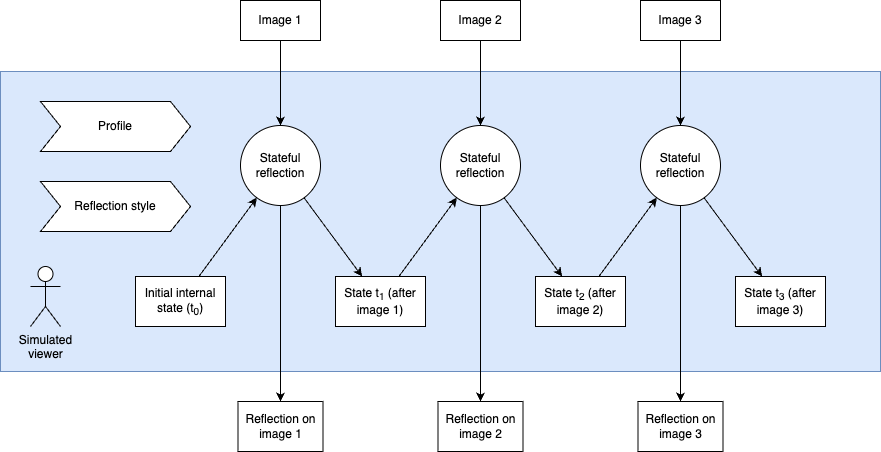
This is docs/architecture.png from fredericbenard/stateful-viewers, a draw.io export, as it was before one commit. Source tidied: cells renumbered, new cells last; positions are measured from the earlier drawing's top-left corner, leaving out a move shared by most shapes. Its diagram source:
```xml
<mxGraphModel>
  <root>
    <mxCell id="0" />
    <mxCell id="1" parent="0" />
    <mxCell id="2" style="rounded=0;whiteSpace=wrap;html=1;fillColor=#dae8fc;strokeColor=#6c8ebf;" parent="1" vertex="1">
      <mxGeometry y="71" width="880" height="300" as="geometry" />
    </mxCell>
    <mxCell id="3" value="Initial internal state (t&lt;sub&gt;0&lt;/sub&gt;)" style="rounded=0;whiteSpace=wrap;html=1;" parent="1" vertex="1">
      <mxGeometry x="135" y="276" width="90" height="50" as="geometry" />
    </mxCell>
    <mxCell id="4" value="State t&lt;sub&gt;1&lt;/sub&gt;&amp;nbsp;(after image 1)" style="rounded=0;whiteSpace=wrap;html=1;" parent="1" vertex="1">
      <mxGeometry x="335" y="276" width="90" height="50" as="geometry" />
    </mxCell>
    <mxCell id="5" value="State t&lt;sub&gt;2&lt;/sub&gt;&amp;nbsp;(after image 2)" style="rounded=0;whiteSpace=wrap;html=1;" parent="1" vertex="1">
      <mxGeometry x="535" y="276" width="90" height="50" as="geometry" />
    </mxCell>
    <mxCell id="6" value="State t&lt;sub&gt;3&lt;/sub&gt;&amp;nbsp;(after image 3)" style="rounded=0;whiteSpace=wrap;html=1;" parent="1" vertex="1">
      <mxGeometry x="735" y="276" width="90" height="50" as="geometry" />
    </mxCell>
    <mxCell id="7" value="Simulated&lt;br&gt;viewer" style="shape=umlActor;verticalLabelPosition=bottom;verticalAlign=top;html=1;" parent="1" vertex="1">
      <mxGeometry x="30" y="266" width="30" height="60" as="geometry" />
    </mxCell>
    <mxCell id="8" value="Imag&lt;span style=&quot;color: rgba(0, 0, 0, 0); font-family: monospace; font-size: 0px; text-align: start;&quot;&gt;%3CmxGraphModel%3E%3Croot%3E%3CmxCell%20id%3D%220%22%2F%3E%3CmxCell%20id%3D%221%22%20parent%3D%220%22%2F%3E%3CmxCell%20id%3D%222%22%20value%3D%22Profile%22%20style%3D%22rounded%3D0%3BwhiteSpace%3Dwrap%3Bhtml%3D1%3B%22%20vertex%3D%221%22%20parent%3D%221%22%3E%3CmxGeometry%20x%3D%2290%22%20y%3D%22260%22%20width%3D%22120%22%20height%3D%2260%22%20as%3D%22geometry%22%2F%3E%3C%2FmxCell%3E%3C%2Froot%3E%3C%2FmxGraphModel%3E&lt;/span&gt;e 1&lt;span style=&quot;color: rgba(0, 0, 0, 0); font-family: monospace; font-size: 0px; text-align: start;&quot;&gt;%3CmxGraphModel%3E%3Croot%3E%3CmxCell%20id%3D%220%22%2F%3E%3CmxCell%20id%3D%221%22%20parent%3D%220%22%2F%3E%3CmxCell%20id%3D%222%22%20value%3D%22Profile%22%20style%3D%22rounded%3D0%3BwhiteSpace%3Dwrap%3Bhtml%3D1%3B%22%20vertex%3D%221%22%20parent%3D%221%22%3E%3CmxGeometry%20x%3D%2290%22%20y%3D%22260%22%20width%3D%22120%22%20height%3D%2260%22%20as%3D%22geometry%22%2F%3E%3C%2FmxCell%3E%3C%2Froot%3E%3C%2FmxGraphModel%3E&lt;/span&gt;" style="rounded=0;whiteSpace=wrap;html=1;" parent="1" vertex="1">
      <mxGeometry x="240" width="80" height="40" as="geometry" />
    </mxCell>
    <mxCell id="9" value="Im&lt;span style=&quot;color: rgba(0, 0, 0, 0); font-family: monospace; font-size: 0px; text-align: start;&quot;&gt;%3CmxGraphModel%3E%3Croot%3E%3CmxCell%20id%3D%220%22%2F%3E%3CmxCell%20id%3D%221%22%20parent%3D%220%22%2F%3E%3CmxCell%20id%3D%222%22%20value%3D%22Imag%26lt%3Bspan%20style%3D%26quot%3Bcolor%3A%20rgba(0%2C%200%2C%200%2C%200)%3B%20font-family%3A%20monospace%3B%20font-size%3A%200px%3B%20text-align%3A%20start%3B%26quot%3B%26gt%3B%253CmxGraphModel%253E%253Croot%253E%253CmxCell%2520id%253D%25220%2522%252F%253E%253CmxCell%2520id%253D%25221%2522%2520parent%253D%25220%2522%252F%253E%253CmxCell%2520id%253D%25222%2522%2520value%253D%2522Profile%2522%2520style%253D%2522rounded%253D0%253BwhiteSpace%253Dwrap%253Bhtml%253D1%253B%2522%2520vertex%253D%25221%2522%2520parent%253D%25221%2522%253E%253CmxGeometry%2520x%253D%252290%2522%2520y%253D%2522260%2522%2520width%253D%2522120%2522%2520height%253D%252260%2522%2520as%253D%2522geometry%2522%252F%253E%253C%252FmxCell%253E%253C%252Froot%253E%253C%252FmxGraphModel%253E%26lt%3B%2Fspan%26gt%3Be%201%26lt%3Bspan%20style%3D%26quot%3Bcolor%3A%20rgba(0%2C%200%2C%200%2C%200)%3B%20font-family%3A%20monospace%3B%20font-size%3A%200px%3B%20text-align%3A%20start%3B%26quot%3B%26gt%3B%253CmxGraphModel%253E%253Croot%253E%253CmxCell%2520id%253D%25220%2522%252F%253E%253CmxCell%2520id%253D%25221%2522%2520parent%253D%25220%2522%252F%253E%253CmxCell%2520id%253D%25222%2522%2520value%253D%2522Profile%2522%2520style%253D%2522rounded%253D0%253BwhiteSpace%253Dwrap%253Bhtml%253D1%253B%2522%2520vertex%253D%25221%2522%2520parent%253D%25221%2522%253E%253CmxGeometry%2520x%253D%252290%2522%2520y%253D%2522260%2522%2520width%253D%2522120%2522%2520height%253D%252260%2522%2520as%253D%2522geometry%2522%252F%253E%253C%252FmxCell%253E%253C%252Froot%253E%253C%252FmxGraphModel%253E%26lt%3B%2Fspan%26gt%3B%22%20style%3D%22rounded%3D0%3BwhiteSpace%3Dwrap%3Bhtml%3D1%3B%22%20vertex%3D%221%22%20parent%3D%221%22%3E%3CmxGeometry%20x%3D%22300%22%20y%3D%22150%22%20width%3D%22120%22%20height%3D%2260%22%20as%3D%22geometry%22%2F%3E%3C%2FmxCell%3E%3C%2Froot%3E%3C%2FmxGraphModel%3E&lt;/span&gt;age 2" style="rounded=0;whiteSpace=wrap;html=1;" parent="1" vertex="1">
      <mxGeometry x="440" width="80" height="40" as="geometry" />
    </mxCell>
    <mxCell id="10" value="Im&lt;span style=&quot;color: rgba(0, 0, 0, 0); font-family: monospace; font-size: 0px; text-align: start;&quot;&gt;%3CmxGraphModel%3E%3Croot%3E%3CmxCell%20id%3D%220%22%2F%3E%3CmxCell%20id%3D%221%22%20parent%3D%220%22%2F%3E%3CmxCell%20id%3D%222%22%20value%3D%22Imag%26lt%3Bspan%20style%3D%26quot%3Bcolor%3A%20rgba(0%2C%200%2C%200%2C%200)%3B%20font-family%3A%20monospace%3B%20font-size%3A%200px%3B%20text-align%3A%20start%3B%26quot%3B%26gt%3B%253CmxGraphModel%253E%253Croot%253E%253CmxCell%2520id%253D%25220%2522%252F%253E%253CmxCell%2520id%253D%25221%2522%2520parent%253D%25220%2522%252F%253E%253CmxCell%2520id%253D%25222%2522%2520value%253D%2522Profile%2522%2520style%253D%2522rounded%253D0%253BwhiteSpace%253Dwrap%253Bhtml%253D1%253B%2522%2520vertex%253D%25221%2522%2520parent%253D%25221%2522%253E%253CmxGeometry%2520x%253D%252290%2522%2520y%253D%2522260%2522%2520width%253D%2522120%2522%2520height%253D%252260%2522%2520as%253D%2522geometry%2522%252F%253E%253C%252FmxCell%253E%253C%252Froot%253E%253C%252FmxGraphModel%253E%26lt%3B%2Fspan%26gt%3Be%201%26lt%3Bspan%20style%3D%26quot%3Bcolor%3A%20rgba(0%2C%200%2C%200%2C%200)%3B%20font-family%3A%20monospace%3B%20font-size%3A%200px%3B%20text-align%3A%20start%3B%26quot%3B%26gt%3B%253CmxGraphModel%253E%253Croot%253E%253CmxCell%2520id%253D%25220%2522%252F%253E%253CmxCell%2520id%253D%25221%2522%2520parent%253D%25220%2522%252F%253E%253CmxCell%2520id%253D%25222%2522%2520value%253D%2522Profile%2522%2520style%253D%2522rounded%253D0%253BwhiteSpace%253Dwrap%253Bhtml%253D1%253B%2522%2520vertex%253D%25221%2522%2520parent%253D%25221%2522%253E%253CmxGeometry%2520x%253D%252290%2522%2520y%253D%2522260%2522%2520width%253D%2522120%2522%2520height%253D%252260%2522%2520as%253D%2522geometry%2522%252F%253E%253C%252FmxCell%253E%253C%252Froot%253E%253C%252FmxGraphModel%253E%26lt%3B%2Fspan%26gt%3B%22%20style%3D%22rounded%3D0%3BwhiteSpace%3Dwrap%3Bhtml%3D1%3B%22%20vertex%3D%221%22%20parent%3D%221%22%3E%3CmxGeometry%20x%3D%22300%22%20y%3D%22150%22%20width%3D%22120%22%20height%3D%2260%22%20as%3D%22geometry%22%2F%3E%3C%2FmxCell%3E%3C%2Froot%3E%3C%2FmxGraphModel%3E&lt;/span&gt;age 3" style="rounded=0;whiteSpace=wrap;html=1;" parent="1" vertex="1">
      <mxGeometry x="640" width="80" height="40" as="geometry" />
    </mxCell>
    <mxCell id="11" value="Reflection on image 1" style="rounded=0;whiteSpace=wrap;html=1;" parent="1" vertex="1">
      <mxGeometry x="237.5" y="401" width="85" height="50" as="geometry" />
    </mxCell>
    <mxCell id="12" value="Refle&lt;span style=&quot;color: rgba(0, 0, 0, 0); font-family: monospace; font-size: 0px; text-align: start;&quot;&gt;%3CmxGraphModel%3E%3Croot%3E%3CmxCell%20id%3D%220%22%2F%3E%3CmxCell%20id%3D%221%22%20parent%3D%220%22%2F%3E%3CmxCell%20id%3D%222%22%20value%3D%22Reflection%20about%20image%201%22%20style%3D%22rounded%3D0%3BwhiteSpace%3Dwrap%3Bhtml%3D1%3B%22%20vertex%3D%221%22%20parent%3D%221%22%3E%3CmxGeometry%20x%3D%22290%22%20y%3D%22300%22%20width%3D%22120%22%20height%3D%2260%22%20as%3D%22geometry%22%2F%3E%3C%2FmxCell%3E%3C%2Froot%3E%3C%2FmxGraphModel%3E&lt;/span&gt;ction on image 3&lt;span style=&quot;color: rgba(0, 0, 0, 0); font-family: monospace; font-size: 0px; text-align: start;&quot;&gt;%3CmxGraphModel%3E%3Croot%3E%3CmxCell%20id%3D%220%22%2F%3E%3CmxCell%20id%3D%221%22%20parent%3D%220%22%2F%3E%3CmxCell%20id%3D%222%22%20value%3D%22Reflection%20about%20image%201%22%20style%3D%22rounded%3D0%3BwhiteSpace%3Dwrap%3Bhtml%3D1%3B%22%20vertex%3D%221%22%20parent%3D%221%22%3E%3CmxGeometry%20x%3D%22290%22%20y%3D%22300%22%20width%3D%22120%22%20height%3D%2260%22%20as%3D%22geometry%22%2F%3E%3C%2FmxCell%3E%3C%2Froot%3E%3C%2FmxGraphModel%3E&lt;/span&gt;" style="rounded=0;whiteSpace=wrap;html=1;" parent="1" vertex="1">
      <mxGeometry x="637.5" y="401" width="85" height="50" as="geometry" />
    </mxCell>
    <mxCell id="13" style="endArrow=classic;html=1;" parent="1" edge="1" source="8" target="15">
      <mxGeometry relative="1" as="geometry" />
    </mxCell>
    <mxCell id="14" style="endArrow=classic;html=1;" parent="1" edge="1" source="3" target="15">
      <mxGeometry relative="1" as="geometry" />
    </mxCell>
    <mxCell id="15" value="Stateful reflection" style="ellipse;whiteSpace=wrap;html=1;" parent="1" vertex="1">
      <mxGeometry x="240" y="125" width="80" height="80" as="geometry" />
    </mxCell>
    <mxCell id="16" style="endArrow=classic;html=1;" parent="1" edge="1" source="15" target="11">
      <mxGeometry relative="1" as="geometry" />
    </mxCell>
    <mxCell id="17" style="endArrow=classic;html=1;" parent="1" edge="1" source="15" target="4">
      <mxGeometry relative="1" as="geometry" />
    </mxCell>
    <mxCell id="18" value="Stateful reflection" style="ellipse;whiteSpace=wrap;html=1;" parent="1" vertex="1">
      <mxGeometry x="440" y="125" width="80" height="80" as="geometry" />
    </mxCell>
    <mxCell id="19" style="endArrow=classic;html=1;" parent="1" edge="1" source="18" target="23">
      <mxGeometry relative="1" as="geometry" />
    </mxCell>
    <mxCell id="20" style="endArrow=classic;html=1;" parent="1" edge="1" source="18" target="5">
      <mxGeometry relative="1" as="geometry" />
    </mxCell>
    <mxCell id="21" style="endArrow=classic;html=1;" parent="1" edge="1" source="9" target="18">
      <mxGeometry relative="1" as="geometry" />
    </mxCell>
    <mxCell id="22" style="endArrow=classic;html=1;" parent="1" edge="1" source="4" target="18">
      <mxGeometry relative="1" as="geometry" />
    </mxCell>
    <mxCell id="23" value="Reflection on image 2" style="rounded=0;whiteSpace=wrap;html=1;" parent="1" vertex="1">
      <mxGeometry x="437.5" y="401" width="85" height="50" as="geometry" />
    </mxCell>
    <mxCell id="24" value="Stateful reflection" style="ellipse;whiteSpace=wrap;html=1;" parent="1" vertex="1">
      <mxGeometry x="640" y="125" width="80" height="80" as="geometry" />
    </mxCell>
    <mxCell id="25" style="endArrow=classic;html=1;" parent="1" edge="1" source="24" target="12">
      <mxGeometry relative="1" as="geometry" />
    </mxCell>
    <mxCell id="26" style="endArrow=classic;html=1;" parent="1" edge="1" source="24" target="6">
      <mxGeometry relative="1" as="geometry" />
    </mxCell>
    <mxCell id="27" style="endArrow=classic;html=1;" parent="1" edge="1" source="10" target="24">
      <mxGeometry relative="1" as="geometry" />
    </mxCell>
    <mxCell id="28" style="endArrow=classic;html=1;" parent="1" edge="1" source="5" target="24">
      <mxGeometry relative="1" as="geometry" />
    </mxCell>
    <mxCell id="29" value="Profile" style="shape=step;perimeter=stepPerimeter;whiteSpace=wrap;html=1;fixedSize=1;" parent="1" vertex="1">
      <mxGeometry x="40" y="101" width="150" height="50" as="geometry" />
    </mxCell>
    <mxCell id="30" value="Reflection style" style="shape=step;perimeter=stepPerimeter;whiteSpace=wrap;html=1;fixedSize=1;" parent="1" vertex="1">
      <mxGeometry x="40" y="181" width="150" height="50" as="geometry" />
    </mxCell>
  </root>
</mxGraphModel>
```
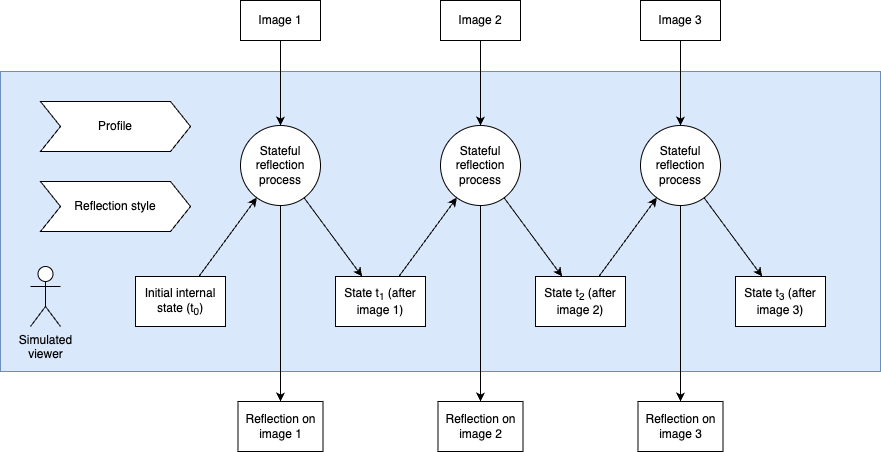
After the change.

The edit, as a diff of the source:
```diff
@@ -41,7 +41,7 @@
     <mxCell id="14" style="endArrow=classic;html=1;" parent="1" edge="1" source="3" target="15">
       <mxGeometry relative="1" as="geometry" />
     </mxCell>
-    <mxCell id="15" value="Stateful reflection" style="ellipse;whiteSpace=wrap;html=1;" parent="1" vertex="1">
+    <mxCell id="15" value="Stateful reflection process" style="ellipse;whiteSpace=wrap;html=1;" parent="1" vertex="1">
       <mxGeometry x="240" y="125" width="80" height="80" as="geometry" />
     </mxCell>
     <mxCell id="16" style="endArrow=classic;html=1;" parent="1" edge="1" source="15" target="11">
@@ -50,7 +50,7 @@
     <mxCell id="17" style="endArrow=classic;html=1;" parent="1" edge="1" source="15" target="4">
       <mxGeometry relative="1" as="geometry" />
     </mxCell>
-    <mxCell id="18" value="Stateful reflection" style="ellipse;whiteSpace=wrap;html=1;" parent="1" vertex="1">
+    <mxCell id="18" value="Stateful reflection process" style="ellipse;whiteSpace=wrap;html=1;" parent="1" vertex="1">
       <mxGeometry x="440" y="125" width="80" height="80" as="geometry" />
     </mxCell>
     <mxCell id="19" style="endArrow=classic;html=1;" parent="1" edge="1" source="18" target="23">
@@ -68,7 +68,7 @@
     <mxCell id="23" value="Reflection on image 2" style="rounded=0;whiteSpace=wrap;html=1;" parent="1" vertex="1">
       <mxGeometry x="437.5" y="401" width="85" height="50" as="geometry" />
     </mxCell>
-    <mxCell id="24" value="Stateful reflection" style="ellipse;whiteSpace=wrap;html=1;" parent="1" vertex="1">
+    <mxCell id="24" value="Stateful reflection process" style="ellipse;whiteSpace=wrap;html=1;" parent="1" vertex="1">
       <mxGeometry x="640" y="125" width="80" height="80" as="geometry" />
     </mxCell>
     <mxCell id="25" style="endArrow=classic;html=1;" parent="1" edge="1" source="24" target="12">
```
